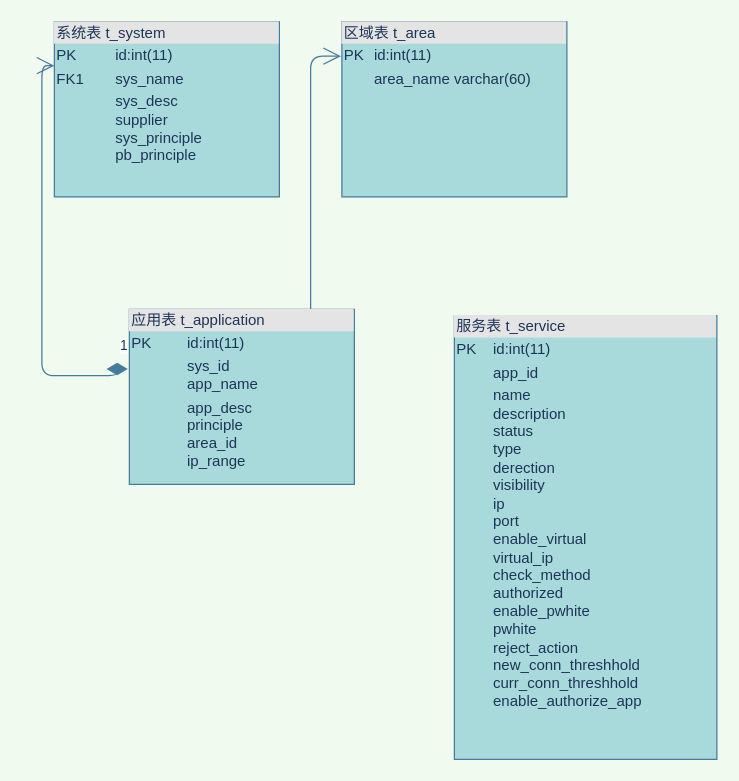
Above: demo/Untitled Diagram.drawio in helemile/Spring-Boot-Notes (draw.io), before the change. Source tidied: cells renumbered, new cells numbered last; positions are measured from the earlier drawing's top-left corner, leaving out a move shared by most shapes. Both pictures are drawn from the tidied source at 125%, with x=0, y=0 at pixel (41, 21).
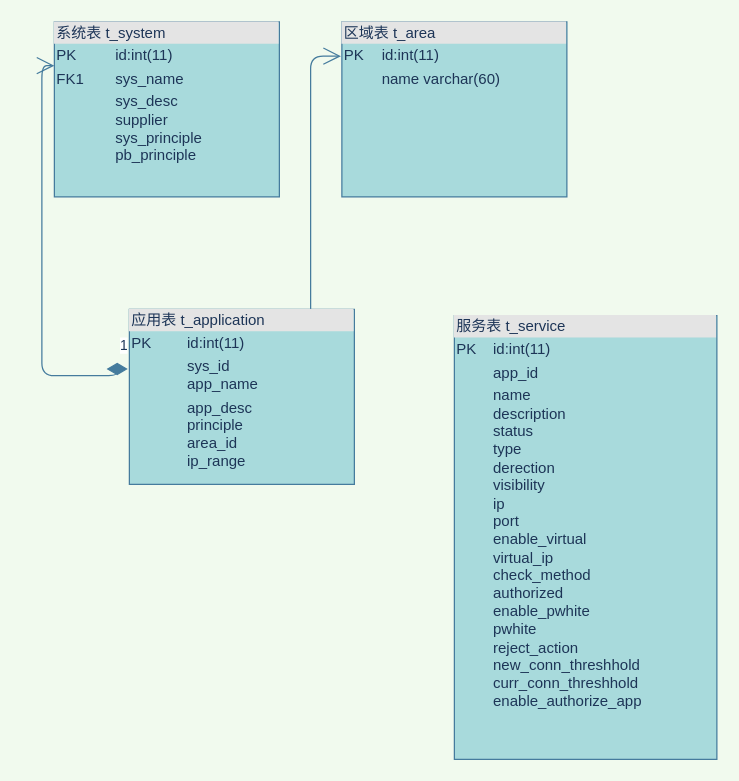
The same diagram, later.

The edit, as a diff of the source:
```diff
@@
 <mxGraphModel background="#F1FAEE">
   <root>
     <mxCell id="0" />
     <mxCell id="1" parent="0" />
     <mxCell id="2" value="&lt;div style=&quot;box-sizing: border-box ; width: 100% ; background: #e4e4e4 ; padding: 2px&quot;&gt;系统表 t_system&lt;/div&gt;&lt;table style=&quot;width: 100% ; font-size: 1em&quot; cellpadding=&quot;2&quot; cellspacing=&quot;0&quot;&gt;&lt;tbody&gt;&lt;tr&gt;&lt;td&gt;PK&lt;/td&gt;&lt;td&gt;id:int(11)&lt;/td&gt;&lt;/tr&gt;&lt;tr&gt;&lt;td&gt;FK1&lt;/td&gt;&lt;td&gt;sys_name&lt;/td&gt;&lt;/tr&gt;&lt;tr&gt;&lt;td&gt;&lt;/td&gt;&lt;td&gt;sys_desc&lt;br&gt;supplier&lt;br&gt;sys_principle&lt;br&gt;pb_principle&lt;br&gt;&lt;br&gt;&lt;br&gt;&lt;/td&gt;&lt;/tr&gt;&lt;/tbody&gt;&lt;/table&gt;" style="verticalAlign=top;align=left;overflow=fill;html=1;fillColor=#A8DADC;strokeColor=#457B9D;fontColor=#1D3557;" parent="1" vertex="1">
       <mxGeometry x="10" width="180" height="140" as="geometry" />
     </mxCell>
-    <mxCell id="3" value="&lt;div style=&quot;box-sizing: border-box ; width: 100% ; background: #e4e4e4 ; padding: 2px&quot;&gt;区域表 t_area&lt;/div&gt;&lt;table style=&quot;width: 100% ; font-size: 1em&quot; cellpadding=&quot;2&quot; cellspacing=&quot;0&quot;&gt;&lt;tbody&gt;&lt;tr&gt;&lt;td&gt;PK&lt;/td&gt;&lt;td&gt;id:int(11)&lt;/td&gt;&lt;/tr&gt;&lt;tr&gt;&lt;td&gt;&lt;br&gt;&lt;/td&gt;&lt;td&gt;area_name varchar(60)&lt;/td&gt;&lt;/tr&gt;&lt;tr&gt;&lt;td&gt;&lt;/td&gt;&lt;td&gt;&lt;br&gt;&lt;br&gt;&lt;br&gt;&lt;/td&gt;&lt;/tr&gt;&lt;/tbody&gt;&lt;/table&gt;" style="verticalAlign=top;align=left;overflow=fill;html=1;fillColor=#A8DADC;strokeColor=#457B9D;fontColor=#1D3557;" parent="1" vertex="1">
+    <mxCell id="3" value="&lt;div style=&quot;box-sizing: border-box ; width: 100% ; background: #e4e4e4 ; padding: 2px&quot;&gt;区域表 t_area&lt;/div&gt;&lt;table style=&quot;width: 100% ; font-size: 1em&quot; cellpadding=&quot;2&quot; cellspacing=&quot;0&quot;&gt;&lt;tbody&gt;&lt;tr&gt;&lt;td&gt;PK&lt;/td&gt;&lt;td&gt;id:int(11)&lt;/td&gt;&lt;/tr&gt;&lt;tr&gt;&lt;td&gt;&lt;br&gt;&lt;/td&gt;&lt;td&gt;name varchar(60)&lt;/td&gt;&lt;/tr&gt;&lt;tr&gt;&lt;td&gt;&lt;/td&gt;&lt;td&gt;&lt;br&gt;&lt;br&gt;&lt;br&gt;&lt;/td&gt;&lt;/tr&gt;&lt;/tbody&gt;&lt;/table&gt;" style="verticalAlign=top;align=left;overflow=fill;html=1;fillColor=#A8DADC;strokeColor=#457B9D;fontColor=#1D3557;" parent="1" vertex="1">
       <mxGeometry x="240" width="180" height="140" as="geometry" />
     </mxCell>
     <mxCell id="4" value="1" style="endArrow=open;html=1;endSize=12;startArrow=diamondThin;startSize=14;startFill=1;edgeStyle=orthogonalEdgeStyle;align=left;verticalAlign=bottom;strokeColor=#457B9D;fillColor=#A8DADC;fontColor=#1D3557;entryX=-0.004;entryY=0.196;entryDx=0;entryDy=0;entryPerimeter=0;exitX=0.556;exitY=0.643;exitDx=0;exitDy=0;exitPerimeter=0;" parent="1" edge="1" source="5" target="3">
       <mxGeometry x="-1" y="3" relative="1" as="geometry">
         <Array as="points">
           <mxPoint x="215" y="240" />
           <mxPoint x="215" y="27" />
         </Array>
       </mxGeometry>
     </mxCell>
     <mxCell id="5" value="&lt;div style=&quot;box-sizing: border-box ; width: 100% ; background: #e4e4e4 ; padding: 2px&quot;&gt;应用表 t_application&lt;/div&gt;&lt;table style=&quot;width: 100% ; font-size: 1em&quot; cellpadding=&quot;2&quot; cellspacing=&quot;0&quot;&gt;&lt;tbody&gt;&lt;tr&gt;&lt;td&gt;PK&lt;/td&gt;&lt;td&gt;id:int(11)&lt;/td&gt;&lt;/tr&gt;&lt;tr&gt;&lt;td&gt;&lt;br&gt;&lt;/td&gt;&lt;td&gt;sys_id&lt;br&gt;app_name&lt;/td&gt;&lt;/tr&gt;&lt;tr&gt;&lt;td&gt;&lt;br&gt;&lt;/td&gt;&lt;td&gt;app_desc&lt;br&gt;principle&lt;br&gt;area_id&lt;br&gt;ip_range&lt;br&gt;&lt;br&gt;&lt;br&gt;&lt;/td&gt;&lt;/tr&gt;&lt;/tbody&gt;&lt;/table&gt;" style="verticalAlign=top;align=left;overflow=fill;html=1;fillColor=#A8DADC;strokeColor=#457B9D;fontColor=#1D3557;" parent="1" vertex="1">
       <mxGeometry x="70" y="230" width="180" height="140" as="geometry" />
     </mxCell>
     <mxCell id="6" value="1" style="endArrow=open;html=1;endSize=12;startArrow=diamondThin;startSize=14;startFill=1;edgeStyle=orthogonalEdgeStyle;align=left;verticalAlign=bottom;strokeColor=#457B9D;fillColor=#A8DADC;fontColor=#1D3557;entryX=0;entryY=0.25;entryDx=0;entryDy=0;exitX=-0.007;exitY=0.341;exitDx=0;exitDy=0;exitPerimeter=0;" parent="1" edge="1" source="5" target="2">
       <mxGeometry x="-0.95" y="-10" relative="1" as="geometry">
         <Array as="points">
           <mxPoint x="59" y="283" />
           <mxPoint y="283" />
           <mxPoint y="35" />
         </Array>
       </mxGeometry>
     </mxCell>
     <mxCell id="7" value="&lt;div style=&quot;box-sizing: border-box ; width: 100% ; background: #e4e4e4 ; padding: 2px&quot;&gt;服务表 t_service&lt;/div&gt;&lt;table style=&quot;width: 100% ; font-size: 1em&quot; cellpadding=&quot;2&quot; cellspacing=&quot;0&quot;&gt;&lt;tbody&gt;&lt;tr&gt;&lt;td&gt;PK&lt;/td&gt;&lt;td&gt;id:int(11)&lt;/td&gt;&lt;/tr&gt;&lt;tr&gt;&lt;td&gt;&lt;br&gt;&lt;/td&gt;&lt;td&gt;app_id&lt;/td&gt;&lt;/tr&gt;&lt;tr&gt;&lt;td&gt;&lt;br&gt;&lt;/td&gt;&lt;td&gt;name&lt;br&gt;description&lt;br&gt;status&lt;br&gt;type&lt;br&gt;derection&amp;nbsp;&lt;br&gt;visibility&lt;br&gt;ip&lt;br&gt;port&lt;br&gt;enable_virtual&lt;br&gt;virtual_ip&lt;br&gt;check_method&lt;br&gt;authorized&lt;br&gt;enable_pwhite&lt;br&gt;pwhite&lt;br&gt;reject_action&lt;br&gt;new_conn_threshhold&lt;br&gt;curr_conn_threshhold&lt;br&gt;enable_authorize_app&lt;br&gt;&lt;br&gt;&lt;br&gt;&lt;br&gt;&lt;/td&gt;&lt;/tr&gt;&lt;/tbody&gt;&lt;/table&gt;" style="verticalAlign=top;align=left;overflow=fill;html=1;fillColor=#A8DADC;strokeColor=#457B9D;fontColor=#1D3557;" parent="1" vertex="1">
       <mxGeometry x="330" y="235" width="210" height="355" as="geometry" />
     </mxCell>
   </root>
 </mxGraphModel>
```
